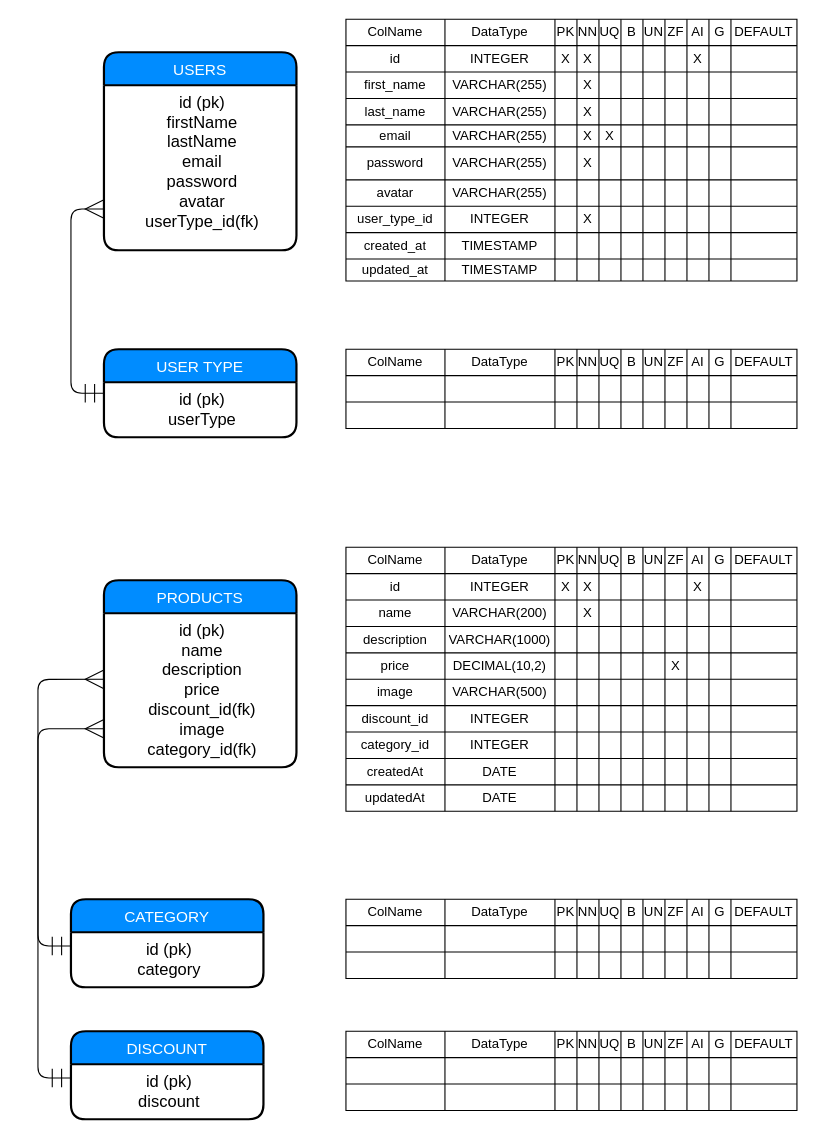
Above: SQLDB/DER-SiteTeam4.drawio in EGPalacio/DH-ElMercado (draw.io), before the change. Source tidied: cells renumbered, new cells numbered last; positions are measured from the earlier drawing's top-left corner, leaving out a move shared by most shapes. Both pictures are drawn from the tidied source at 110%, with x=0, y=0 at pixel (70, 19).
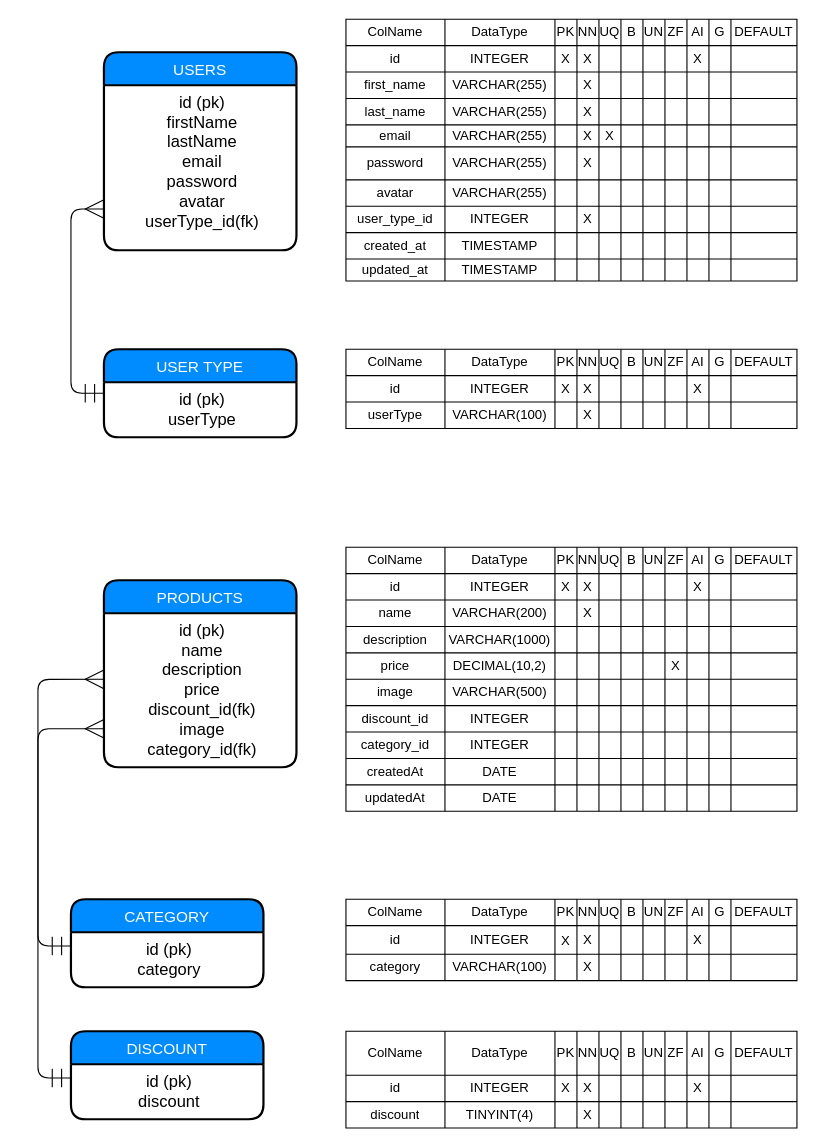
After the change.

Unchanged cells that the change refers to:
```xml
<mxCell id="89" style="shape=partialRectangle;html=1;whiteSpace=wrap;fillColor=none;top=0;left=0;bottom=0;right=0;" parent="76" vertex="1">
  <mxGeometry y="24" width="410" height="24" as="geometry" />
</mxCell>
<mxCell id="101" style="shape=partialRectangle;html=1;whiteSpace=wrap;fillColor=none;top=0;left=0;bottom=0;right=0;" parent="76" vertex="1">
  <mxGeometry y="48" width="410" height="24" as="geometry" />
</mxCell>
```

Diff of the diagram source:
```diff
@@
     <mxCell id="2" style="shape=table;html=1;whiteSpace=wrap;startSize=0;childLayout=tableLayout;" parent="1" vertex="1">
-      <mxGeometry x="250" y="920" width="410" height="72" as="geometry" />
+      <mxGeometry x="250" y="920" width="410" height="88" as="geometry" />
     </mxCell>
     <mxCell id="3" style="shape=partialRectangle;html=1;whiteSpace=wrap;fillColor=none;top=0;left=0;bottom=0;right=0;" parent="2" vertex="1">
-      <mxGeometry width="410" height="24" as="geometry" />
+      <mxGeometry width="410" height="40" as="geometry" />
     </mxCell>
     <mxCell id="4" value="ColName" style="shape=partialRectangle;html=1;whiteSpace=wrap;overflow=hidden;fillColor=none;top=0;left=0;bottom=0;right=0;" parent="3" vertex="1">
-      <mxGeometry width="90" height="24" as="geometry" />
+      <mxGeometry width="90" height="40" as="geometry" />
     </mxCell>
     <mxCell id="5" value="DataType" style="shape=partialRectangle;html=1;whiteSpace=wrap;overflow=hidden;fillColor=none;top=0;left=0;bottom=0;right=0;" parent="3" vertex="1">
-      <mxGeometry x="90" width="100" height="24" as="geometry" />
+      <mxGeometry x="90" width="100" height="40" as="geometry" />
     </mxCell>
     <mxCell id="6" value="PK" style="shape=partialRectangle;html=1;whiteSpace=wrap;overflow=hidden;fillColor=none;top=0;left=0;bottom=0;right=0;" parent="3" vertex="1">
-      <mxGeometry x="190" width="20" height="24" as="geometry" />
+      <mxGeometry x="190" width="20" height="40" as="geometry" />
     </mxCell>
     <mxCell id="7" value="NN" style="shape=partialRectangle;html=1;whiteSpace=wrap;overflow=hidden;fillColor=none;top=0;left=0;bottom=0;right=0;" parent="3" vertex="1">
-      <mxGeometry x="210" width="20" height="24" as="geometry" />
+      <mxGeometry x="210" width="20" height="40" as="geometry" />
     </mxCell>
     <mxCell id="8" value="UQ" style="shape=partialRectangle;html=1;whiteSpace=wrap;overflow=hidden;fillColor=none;top=0;left=0;bottom=0;right=0;" parent="3" vertex="1">
-      <mxGeometry x="230" width="20" height="24" as="geometry" />
+      <mxGeometry x="230" width="20" height="40" as="geometry" />
     </mxCell>
     <mxCell id="9" value="B" style="shape=partialRectangle;html=1;whiteSpace=wrap;overflow=hidden;fillColor=none;top=0;left=0;bottom=0;right=0;" parent="3" vertex="1">
-      <mxGeometry x="250" width="20" height="24" as="geometry" />
+      <mxGeometry x="250" width="20" height="40" as="geometry" />
     </mxCell>
     <mxCell id="10" value="UN" style="shape=partialRectangle;html=1;whiteSpace=wrap;overflow=hidden;fillColor=none;top=0;left=0;bottom=0;right=0;" parent="3" vertex="1">
-      <mxGeometry x="270" width="20" height="24" as="geometry" />
+      <mxGeometry x="270" width="20" height="40" as="geometry" />
     </mxCell>
     <mxCell id="11" value="ZF" style="shape=partialRectangle;html=1;whiteSpace=wrap;overflow=hidden;fillColor=none;top=0;left=0;bottom=0;right=0;" parent="3" vertex="1">
-      <mxGeometry x="290" width="20" height="24" as="geometry" />
+      <mxGeometry x="290" width="20" height="40" as="geometry" />
     </mxCell>
     <mxCell id="12" value="AI" style="shape=partialRectangle;html=1;whiteSpace=wrap;overflow=hidden;fillColor=none;top=0;left=0;bottom=0;right=0;" parent="3" vertex="1">
-      <mxGeometry x="310" width="20" height="24" as="geometry" />
+      <mxGeometry x="310" width="20" height="40" as="geometry" />
     </mxCell>
     <mxCell id="13" value="G" style="shape=partialRectangle;html=1;whiteSpace=wrap;overflow=hidden;fillColor=none;top=0;left=0;bottom=0;right=0;" parent="3" vertex="1">
-      <mxGeometry x="330" width="20" height="24" as="geometry" />
+      <mxGeometry x="330" width="20" height="40" as="geometry" />
     </mxCell>
     <mxCell id="14" value="DEFAULT" style="shape=partialRectangle;html=1;whiteSpace=wrap;overflow=hidden;fillColor=none;top=0;left=0;bottom=0;right=0;" parent="3" vertex="1">
-      <mxGeometry x="350" width="60" height="24" as="geometry" />
+      <mxGeometry x="350" width="60" height="40" as="geometry" />
     </mxCell>
     <mxCell id="15" style="shape=partialRectangle;html=1;whiteSpace=wrap;fillColor=none;top=0;left=0;bottom=0;right=0;" parent="2" vertex="1">
-      <mxGeometry y="24" width="410" height="24" as="geometry" />
+      <mxGeometry y="40" width="410" height="24" as="geometry" />
     </mxCell>
-    <mxCell id="16" style="shape=partialRectangle;html=1;whiteSpace=wrap;overflow=hidden;fillColor=none;top=0;left=0;bottom=0;right=0;" parent="15" vertex="1">
+    <mxCell id="16" value="id" style="shape=partialRectangle;html=1;whiteSpace=wrap;overflow=hidden;fillColor=none;top=0;left=0;bottom=0;right=0;" parent="15" vertex="1">
       <mxGeometry width="90" height="24" as="geometry" />
     </mxCell>
-    <mxCell id="17" style="shape=partialRectangle;html=1;whiteSpace=wrap;overflow=hidden;fillColor=none;top=0;left=0;bottom=0;right=0;" parent="15" vertex="1">
+    <mxCell id="17" value="INTEGER" style="shape=partialRectangle;html=1;whiteSpace=wrap;overflow=hidden;fillColor=none;top=0;left=0;bottom=0;right=0;" parent="15" vertex="1">
       <mxGeometry x="90" width="100" height="24" as="geometry" />
     </mxCell>
@@
     <mxCell id="27" style="shape=partialRectangle;html=1;whiteSpace=wrap;fillColor=none;top=0;left=0;bottom=0;right=0;" parent="2" vertex="1">
-      <mxGeometry y="48" width="410" height="24" as="geometry" />
+      <mxGeometry y="64" width="410" height="24" as="geometry" />
     </mxCell>
-    <mxCell id="28" style="shape=partialRectangle;html=1;whiteSpace=wrap;overflow=hidden;fillColor=none;top=0;left=0;bottom=0;right=0;" parent="27" vertex="1">
+    <mxCell id="28" value="discount" style="shape=partialRectangle;html=1;whiteSpace=wrap;overflow=hidden;fillColor=none;top=0;left=0;bottom=0;right=0;" parent="27" vertex="1">
       <mxGeometry width="90" height="24" as="geometry" />
     </mxCell>
-    <mxCell id="29" style="shape=partialRectangle;html=1;whiteSpace=wrap;overflow=hidden;fillColor=none;top=0;left=0;bottom=0;right=0;" parent="27" vertex="1">
+    <mxCell id="29" value="TINYINT(4)" style="shape=partialRectangle;html=1;whiteSpace=wrap;overflow=hidden;fillColor=none;top=0;left=0;bottom=0;right=0;" parent="27" vertex="1">
       <mxGeometry x="90" width="100" height="24" as="geometry" />
     </mxCell>
@@
     <mxCell id="39" style="shape=table;html=1;whiteSpace=wrap;startSize=0;childLayout=tableLayout;" parent="1" vertex="1">
-      <mxGeometry x="250" y="800" width="410" height="72" as="geometry" />
+      <mxGeometry x="250" y="800" width="410" height="74" as="geometry" />
     </mxCell>
@@
     <mxCell id="52" style="shape=partialRectangle;html=1;whiteSpace=wrap;fillColor=none;top=0;left=0;bottom=0;right=0;" parent="39" vertex="1">
-      <mxGeometry y="24" width="410" height="24" as="geometry" />
+      <mxGeometry y="24" width="410" height="26" as="geometry" />
     </mxCell>
-    <mxCell id="53" style="shape=partialRectangle;html=1;whiteSpace=wrap;overflow=hidden;fillColor=none;top=0;left=0;bottom=0;right=0;" parent="52" vertex="1">
-      <mxGeometry width="90" height="24" as="geometry" />
+    <mxCell id="53" value="id" style="shape=partialRectangle;html=1;whiteSpace=wrap;overflow=hidden;fillColor=none;top=0;left=0;bottom=0;right=0;" parent="52" vertex="1">
+      <mxGeometry width="90" height="26" as="geometry" />
     </mxCell>
-    <mxCell id="54" style="shape=partialRectangle;html=1;whiteSpace=wrap;overflow=hidden;fillColor=none;top=0;left=0;bottom=0;right=0;" parent="52" vertex="1">
-      <mxGeometry x="90" width="100" height="24" as="geometry" />
+    <mxCell id="54" value="INTEGER" style="shape=partialRectangle;html=1;whiteSpace=wrap;overflow=hidden;fillColor=none;top=0;left=0;bottom=0;right=0;" parent="52" vertex="1">
+      <mxGeometry x="90" width="100" height="26" as="geometry" />
     </mxCell>
     <mxCell id="55" style="shape=partialRectangle;html=1;whiteSpace=wrap;overflow=hidden;fillColor=none;top=0;left=0;bottom=0;right=0;" parent="52" vertex="1">
-      <mxGeometry x="190" width="20" height="24" as="geometry" />
+      <mxGeometry x="190" width="20" height="26" as="geometry" />
     </mxCell>
     <mxCell id="56" style="shape=partialRectangle;html=1;whiteSpace=wrap;overflow=hidden;fillColor=none;top=0;left=0;bottom=0;right=0;" parent="52" vertex="1">
-      <mxGeometry x="210" width="20" height="24" as="geometry" />
+      <mxGeometry x="210" width="20" height="26" as="geometry" />
     </mxCell>
     <mxCell id="57" style="shape=partialRectangle;html=1;whiteSpace=wrap;overflow=hidden;fillColor=none;top=0;left=0;bottom=0;right=0;" parent="52" vertex="1">
-      <mxGeometry x="230" width="20" height="24" as="geometry" />
+      <mxGeometry x="230" width="20" height="26" as="geometry" />
     </mxCell>
     <mxCell id="58" style="shape=partialRectangle;html=1;whiteSpace=wrap;overflow=hidden;fillColor=none;top=0;left=0;bottom=0;right=0;" parent="52" vertex="1">
-      <mxGeometry x="250" width="20" height="24" as="geometry" />
+      <mxGeometry x="250" width="20" height="26" as="geometry" />
     </mxCell>
     <mxCell id="59" style="shape=partialRectangle;html=1;whiteSpace=wrap;overflow=hidden;fillColor=none;top=0;left=0;bottom=0;right=0;" parent="52" vertex="1">
-      <mxGeometry x="270" width="20" height="24" as="geometry" />
+      <mxGeometry x="270" width="20" height="26" as="geometry" />
     </mxCell>
     <mxCell id="60" style="shape=partialRectangle;html=1;whiteSpace=wrap;overflow=hidden;fillColor=none;top=0;left=0;bottom=0;right=0;" parent="52" vertex="1">
-      <mxGeometry x="290" width="20" height="24" as="geometry" />
+      <mxGeometry x="290" width="20" height="26" as="geometry" />
     </mxCell>
     <mxCell id="61" style="shape=partialRectangle;html=1;whiteSpace=wrap;overflow=hidden;fillColor=none;top=0;left=0;bottom=0;right=0;" parent="52" vertex="1">
-      <mxGeometry x="310" width="20" height="24" as="geometry" />
+      <mxGeometry x="310" width="20" height="26" as="geometry" />
     </mxCell>
     <mxCell id="62" style="shape=partialRectangle;html=1;whiteSpace=wrap;overflow=hidden;fillColor=none;top=0;left=0;bottom=0;right=0;" parent="52" vertex="1">
-      <mxGeometry x="330" width="20" height="24" as="geometry" />
+      <mxGeometry x="330" width="20" height="26" as="geometry" />
     </mxCell>
     <mxCell id="63" style="shape=partialRectangle;html=1;whiteSpace=wrap;overflow=hidden;fillColor=none;top=0;left=0;bottom=0;right=0;" parent="52" vertex="1">
-      <mxGeometry x="350" width="60" height="24" as="geometry" />
+      <mxGeometry x="350" width="60" height="26" as="geometry" />
     </mxCell>
     <mxCell id="64" style="shape=partialRectangle;html=1;whiteSpace=wrap;fillColor=none;top=0;left=0;bottom=0;right=0;" parent="39" vertex="1">
-      <mxGeometry y="48" width="410" height="24" as="geometry" />
+      <mxGeometry y="50" width="410" height="24" as="geometry" />
     </mxCell>
-    <mxCell id="65" style="shape=partialRectangle;html=1;whiteSpace=wrap;overflow=hidden;fillColor=none;top=0;left=0;bottom=0;right=0;" parent="64" vertex="1">
+    <mxCell id="65" value="category" style="shape=partialRectangle;html=1;whiteSpace=wrap;overflow=hidden;fillColor=none;top=0;left=0;bottom=0;right=0;" parent="64" vertex="1">
       <mxGeometry width="90" height="24" as="geometry" />
     </mxCell>
-    <mxCell id="66" style="shape=partialRectangle;html=1;whiteSpace=wrap;overflow=hidden;fillColor=none;top=0;left=0;bottom=0;right=0;" parent="64" vertex="1">
+    <mxCell id="66" value="VARCHAR(100)" style="shape=partialRectangle;html=1;whiteSpace=wrap;overflow=hidden;fillColor=none;top=0;left=0;bottom=0;right=0;" parent="64" vertex="1">
       <mxGeometry x="90" width="100" height="24" as="geometry" />
     </mxCell>
@@
-    <mxCell id="90" style="shape=partialRectangle;html=1;whiteSpace=wrap;overflow=hidden;fillColor=none;top=0;left=0;bottom=0;right=0;" parent="89" vertex="1">
+    <mxCell id="90" value="id" style="shape=partialRectangle;html=1;whiteSpace=wrap;overflow=hidden;fillColor=none;top=0;left=0;bottom=0;right=0;" parent="89" vertex="1">
       <mxGeometry width="90" height="24" as="geometry" />
     </mxCell>
-    <mxCell id="91" style="shape=partialRectangle;html=1;whiteSpace=wrap;overflow=hidden;fillColor=none;top=0;left=0;bottom=0;right=0;" parent="89" vertex="1">
+    <mxCell id="91" value="INTEGER" style="shape=partialRectangle;html=1;whiteSpace=wrap;overflow=hidden;fillColor=none;top=0;left=0;bottom=0;right=0;" parent="89" vertex="1">
       <mxGeometry x="90" width="100" height="24" as="geometry" />
     </mxCell>
@@
-    <mxCell id="102" style="shape=partialRectangle;html=1;whiteSpace=wrap;overflow=hidden;fillColor=none;top=0;left=0;bottom=0;right=0;" parent="101" vertex="1">
+    <mxCell id="102" value="userType" style="shape=partialRectangle;html=1;whiteSpace=wrap;overflow=hidden;fillColor=none;top=0;left=0;bottom=0;right=0;" parent="101" vertex="1">
       <mxGeometry width="90" height="24" as="geometry" />
     </mxCell>
-    <mxCell id="103" style="shape=partialRectangle;html=1;whiteSpace=wrap;overflow=hidden;fillColor=none;top=0;left=0;bottom=0;right=0;" parent="101" vertex="1">
+    <mxCell id="103" value="VARCHAR(100)" style="shape=partialRectangle;html=1;whiteSpace=wrap;overflow=hidden;fillColor=none;top=0;left=0;bottom=0;right=0;" parent="101" vertex="1">
       <mxGeometry x="90" width="100" height="24" as="geometry" />
     </mxCell>
@@
+    <mxCell id="369" value="X" style="shape=partialRectangle;html=1;whiteSpace=wrap;overflow=hidden;fillColor=none;top=0;left=0;bottom=0;right=0;" parent="1" vertex="1">
+      <mxGeometry x="440" y="324" width="20" height="24" as="geometry" />
+    </mxCell>
+    <mxCell id="370" value="X" style="shape=partialRectangle;html=1;whiteSpace=wrap;overflow=hidden;fillColor=none;top=0;left=0;bottom=0;right=0;" parent="1" vertex="1">
+      <mxGeometry x="460" y="324" width="20" height="24" as="geometry" />
+    </mxCell>
+    <mxCell id="371" value="X" style="shape=partialRectangle;html=1;whiteSpace=wrap;overflow=hidden;fillColor=none;top=0;left=0;bottom=0;right=0;" parent="1" vertex="1">
+      <mxGeometry x="560" y="324" width="20" height="24" as="geometry" />
+    </mxCell>
+    <mxCell id="372" value="X" style="shape=partialRectangle;html=1;whiteSpace=wrap;overflow=hidden;fillColor=none;top=0;left=0;bottom=0;right=0;" parent="1" vertex="1">
+      <mxGeometry x="460" y="348" width="20" height="24" as="geometry" />
+    </mxCell>
+    <mxCell id="373" value="X" style="shape=partialRectangle;html=1;whiteSpace=wrap;overflow=hidden;fillColor=none;top=0;left=0;bottom=0;right=0;" parent="1" vertex="1">
+      <mxGeometry x="460" y="850" width="20" height="24" as="geometry" />
+    </mxCell>
+    <mxCell id="374" value="X" style="shape=partialRectangle;html=1;whiteSpace=wrap;overflow=hidden;fillColor=none;top=0;left=0;bottom=0;right=0;" parent="1" vertex="1">
+      <mxGeometry x="440" y="826" width="20" height="24" as="geometry" />
+    </mxCell>
+    <mxCell id="375" value="X" style="shape=partialRectangle;html=1;whiteSpace=wrap;overflow=hidden;fillColor=none;top=0;left=0;bottom=0;right=0;" parent="1" vertex="1">
+      <mxGeometry x="460" y="825" width="20" height="24" as="geometry" />
+    </mxCell>
+    <mxCell id="376" value="X" style="shape=partialRectangle;html=1;whiteSpace=wrap;overflow=hidden;fillColor=none;top=0;left=0;bottom=0;right=0;" parent="1" vertex="1">
+      <mxGeometry x="560" y="825" width="20" height="24" as="geometry" />
+    </mxCell>
+    <mxCell id="377" value="X" style="shape=partialRectangle;html=1;whiteSpace=wrap;overflow=hidden;fillColor=none;top=0;left=0;bottom=0;right=0;" parent="1" vertex="1">
+      <mxGeometry x="440" y="960" width="20" height="24" as="geometry" />
+    </mxCell>
+    <mxCell id="378" value="X" style="shape=partialRectangle;html=1;whiteSpace=wrap;overflow=hidden;fillColor=none;top=0;left=0;bottom=0;right=0;" parent="1" vertex="1">
+      <mxGeometry x="460" y="960" width="20" height="24" as="geometry" />
+    </mxCell>
+    <mxCell id="379" value="X" style="shape=partialRectangle;html=1;whiteSpace=wrap;overflow=hidden;fillColor=none;top=0;left=0;bottom=0;right=0;" parent="1" vertex="1">
+      <mxGeometry x="460" y="984" width="20" height="24" as="geometry" />
+    </mxCell>
+    <mxCell id="380" value="X" style="shape=partialRectangle;html=1;whiteSpace=wrap;overflow=hidden;fillColor=none;top=0;left=0;bottom=0;right=0;" parent="1" vertex="1">
+      <mxGeometry x="560" y="960" width="20" height="24" as="geometry" />
+    </mxCell>
```
